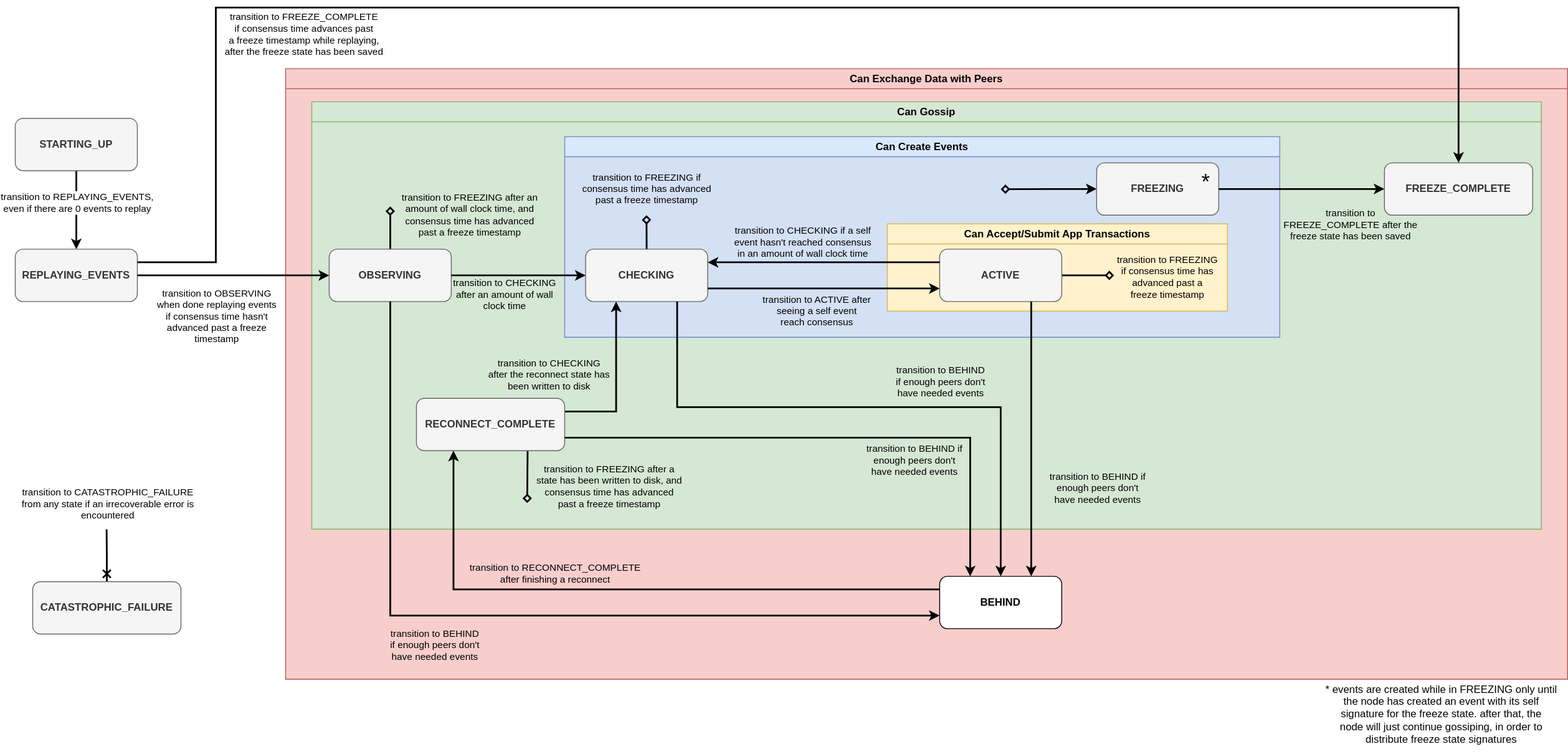
This is platform-sdk/docs/core/platform-status-transitions.svg from hashgraph/hedera-services, a draw.io export, as it was before one commit. Source tidied: cells renumbered, new cells last; positions are measured from the earlier drawing's top-left corner, leaving out a move shared by most shapes.
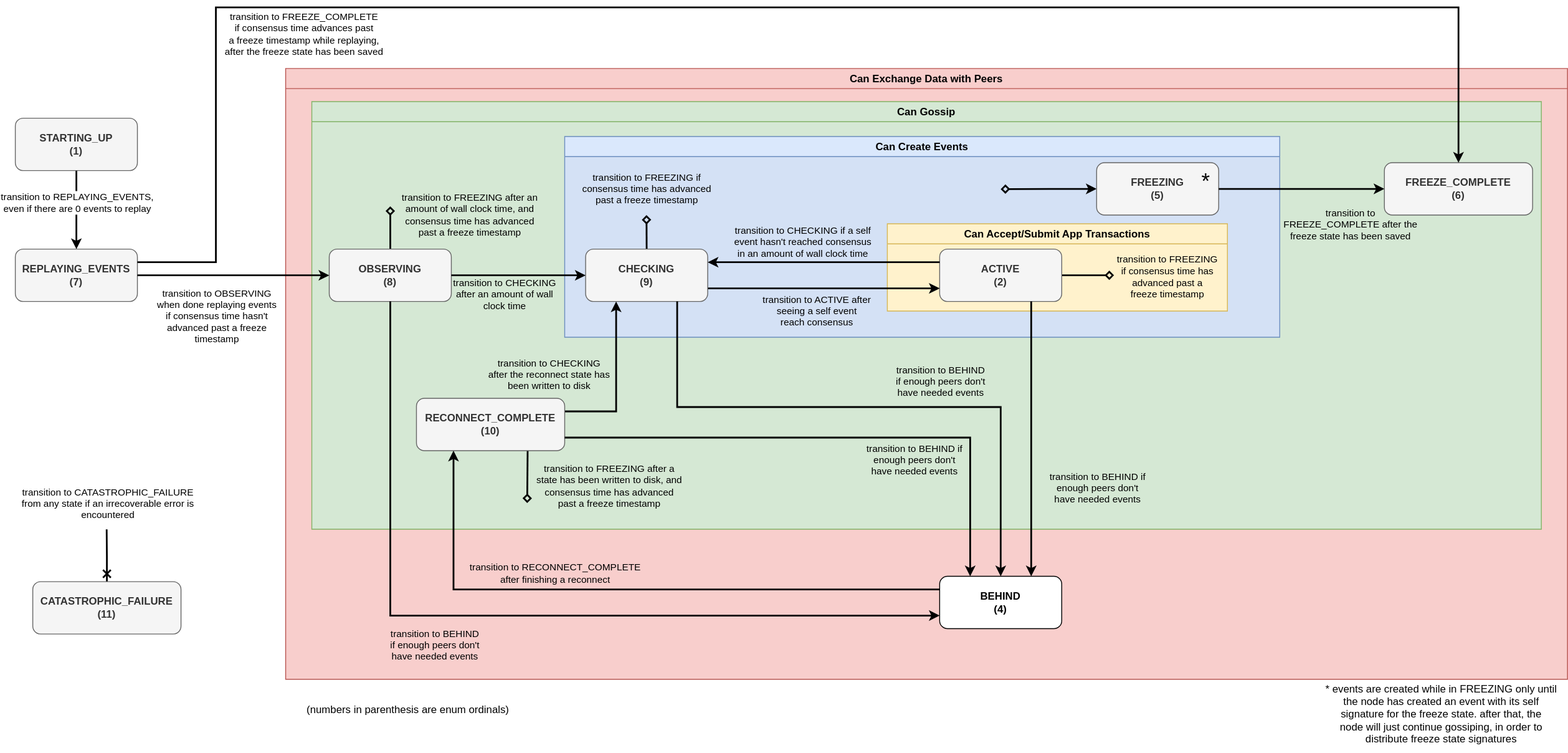
After the commit.

Commit message:
Add ordinals to status diagram, and update javadocs

What changed in the source:
```diff
@@ -10,10 +10,10 @@
         <mxPoint x="-1" y="4" as="offset" />
       </mxGeometry>
     </mxCell>
-    <mxCell id="4" value="&lt;b&gt;STARTING_UP&lt;/b&gt;" style="rounded=1;whiteSpace=wrap;html=1;fillColor=#f5f5f5;fontColor=#333333;strokeColor=#666666;" parent="1" vertex="1">
+    <mxCell id="4" value="&lt;b&gt;STARTING_UP &lt;br&gt;(1)&lt;/b&gt;" style="rounded=1;whiteSpace=wrap;html=1;fillColor=#f5f5f5;fontColor=#333333;strokeColor=#666666;" parent="1" vertex="1">
       <mxGeometry y="127" width="140" height="60" as="geometry" />
     </mxCell>
-    <mxCell id="5" value="&lt;b&gt;REPLAYING_EVENTS&lt;/b&gt;" style="rounded=1;whiteSpace=wrap;html=1;fillColor=#f5f5f5;fontColor=#333333;strokeColor=#666666;" parent="1" vertex="1">
+    <mxCell id="5" value="&lt;b&gt;REPLAYING_EVENTS (7)&lt;/b&gt;" style="rounded=1;whiteSpace=wrap;html=1;fillColor=#f5f5f5;fontColor=#333333;strokeColor=#666666;" parent="1" vertex="1">
       <mxGeometry y="277" width="140" height="60" as="geometry" />
     </mxCell>
     <mxCell id="6" style="edgeStyle=orthogonalEdgeStyle;rounded=0;jettySize=auto;html=1;exitX=0.5;exitY=0;exitDx=0;exitDy=0;endArrow=none;endFill=0;strokeWidth=2;startArrow=cross;startFill=0;" parent="1" edge="1" source="8">
@@ -26,7 +26,7 @@
         <mxPoint y="-51" as="offset" />
       </mxGeometry>
     </mxCell>
-    <mxCell id="8" value="&lt;b&gt;CATASTROPHIC_FAILURE&lt;/b&gt;" style="rounded=1;whiteSpace=wrap;html=1;fillColor=#f5f5f5;fontColor=#333333;strokeColor=#666666;" parent="1" vertex="1">
+    <mxCell id="8" value="&lt;b&gt;CATASTROPHIC_FAILURE&lt;br&gt;(11)&lt;br&gt;&lt;/b&gt;" style="rounded=1;whiteSpace=wrap;html=1;fillColor=#f5f5f5;fontColor=#333333;strokeColor=#666666;" parent="1" vertex="1">
       <mxGeometry x="20" y="658.2" width="170" height="60" as="geometry" />
     </mxCell>
     <mxCell id="9" value="Can Exchange Data with Peers" style="swimlane;whiteSpace=wrap;html=1;fillColor=#f8cecc;strokeColor=#b85450;fillStyle=auto;swimlaneFillColor=#F8CECC;" parent="1" vertex="1">
@@ -51,7 +51,7 @@
         <mxPoint x="77" y="1" as="offset" />
       </mxGeometry>
     </mxCell>
-    <mxCell id="15" value="&lt;b&gt;ACTIVE&lt;/b&gt;" style="rounded=1;whiteSpace=wrap;html=1;fillColor=#f5f5f5;fontColor=#333333;strokeColor=#666666;" parent="12" vertex="1">
+    <mxCell id="15" value="&lt;b&gt;ACTIVE&lt;br&gt;(2)&lt;br&gt;&lt;/b&gt;" style="rounded=1;whiteSpace=wrap;html=1;fillColor=#f5f5f5;fontColor=#333333;strokeColor=#666666;" parent="12" vertex="1">
       <mxGeometry x="60" y="29" width="140" height="60" as="geometry" />
     </mxCell>
     <mxCell id="16" style="edgeStyle=orthogonalEdgeStyle;rounded=0;jettySize=auto;html=1;exitX=0;exitY=0.5;exitDx=0;exitDy=0;startArrow=classic;startFill=1;endArrow=diamond;endFill=0;strokeWidth=2;" parent="11" edge="1" source="17">
@@ -59,7 +59,7 @@
         <mxPoint x="500" y="60.2" as="targetPoint" />
       </mxGeometry>
     </mxCell>
-    <mxCell id="17" value="&lt;b&gt;FREEZING&lt;/b&gt;" style="rounded=1;whiteSpace=wrap;html=1;fillColor=#f5f5f5;fontColor=#333333;strokeColor=#666666;" parent="11" vertex="1">
+    <mxCell id="17" value="&lt;b&gt;FREEZING&lt;br&gt;(5)&lt;br&gt;&lt;/b&gt;" style="rounded=1;whiteSpace=wrap;html=1;fillColor=#f5f5f5;fontColor=#333333;strokeColor=#666666;" parent="11" vertex="1">
       <mxGeometry x="610" y="30" width="140" height="60" as="geometry" />
     </mxCell>
     <mxCell id="18" style="edgeStyle=orthogonalEdgeStyle;rounded=0;jettySize=auto;html=1;exitX=1;exitY=0.75;exitDx=0;exitDy=0;entryX=0;entryY=0.75;entryDx=0;entryDy=0;strokeWidth=2;" parent="11" edge="1" source="22" target="15">
@@ -80,7 +80,7 @@
         <mxPoint y="-49" as="offset" />
       </mxGeometry>
     </mxCell>
-    <mxCell id="22" value="&lt;b&gt;CHECKING&lt;/b&gt;" style="rounded=1;whiteSpace=wrap;html=1;fillColor=#f5f5f5;fontColor=#333333;strokeColor=#666666;" parent="11" vertex="1">
+    <mxCell id="22" value="&lt;b&gt;CHECKING&lt;br&gt;(9)&lt;br&gt;&lt;/b&gt;" style="rounded=1;whiteSpace=wrap;html=1;fillColor=#f5f5f5;fontColor=#333333;strokeColor=#666666;" parent="11" vertex="1">
       <mxGeometry x="24" y="129" width="140" height="60" as="geometry" />
     </mxCell>
     <mxCell id="23" style="edgeStyle=orthogonalEdgeStyle;rounded=0;jettySize=auto;html=1;exitX=0;exitY=0.25;exitDx=0;exitDy=0;entryX=1;entryY=0.25;entryDx=0;entryDy=0;strokeWidth=2;" parent="11" edge="1" source="15" target="22">
@@ -104,7 +104,7 @@
         <mxPoint x="91" y="-12" as="offset" />
       </mxGeometry>
     </mxCell>
-    <mxCell id="28" value="&lt;b&gt;OBSERVING&lt;/b&gt;" style="rounded=1;whiteSpace=wrap;html=1;fillColor=#f5f5f5;fontColor=#333333;strokeColor=#666666;" parent="10" vertex="1">
+    <mxCell id="28" value="&lt;b&gt;OBSERVING&lt;br&gt;(8)&lt;br&gt;&lt;/b&gt;" style="rounded=1;whiteSpace=wrap;html=1;fillColor=#f5f5f5;fontColor=#333333;strokeColor=#666666;" parent="10" vertex="1">
       <mxGeometry x="20" y="169" width="140" height="60" as="geometry" />
     </mxCell>
     <mxCell id="29" style="edgeStyle=orthogonalEdgeStyle;rounded=0;jettySize=auto;html=1;exitX=1;exitY=0.5;exitDx=0;exitDy=0;entryX=0;entryY=0.5;entryDx=0;entryDy=0;strokeWidth=2;" parent="10" edge="1" source="28" target="22">
@@ -133,10 +133,10 @@
         <mxPoint x="91" y="13" as="offset" />
       </mxGeometry>
     </mxCell>
-    <mxCell id="35" value="&lt;b&gt;RECONNECT_COMPLETE&lt;/b&gt;" style="rounded=1;whiteSpace=wrap;html=1;fillColor=#f5f5f5;fontColor=#333333;strokeColor=#666666;" parent="10" vertex="1">
+    <mxCell id="35" value="&lt;b&gt;RECONNECT_COMPLETE&lt;br&gt;(10)&lt;br&gt;&lt;/b&gt;" style="rounded=1;whiteSpace=wrap;html=1;fillColor=#f5f5f5;fontColor=#333333;strokeColor=#666666;" parent="10" vertex="1">
       <mxGeometry x="120" y="340" width="170" height="60" as="geometry" />
     </mxCell>
-    <mxCell id="36" value="&lt;b&gt;FREEZE_COMPLETE&lt;/b&gt;" style="rounded=1;whiteSpace=wrap;html=1;fillColor=#f5f5f5;fontColor=#333333;strokeColor=#666666;" parent="10" vertex="1">
+    <mxCell id="36" value="&lt;b&gt;FREEZE_COMPLETE&lt;br&gt;(6)&lt;br&gt;&lt;/b&gt;" style="rounded=1;whiteSpace=wrap;html=1;fillColor=#f5f5f5;fontColor=#333333;strokeColor=#666666;" parent="10" vertex="1">
       <mxGeometry x="1230" y="70" width="170" height="60" as="geometry" />
     </mxCell>
     <mxCell id="37" style="edgeStyle=orthogonalEdgeStyle;rounded=0;jettySize=auto;html=1;exitX=1;exitY=0.5;exitDx=0;exitDy=0;strokeWidth=2;" parent="10" edge="1" source="17" target="36">
@@ -147,7 +147,7 @@
         <mxPoint x="44" y="41" as="offset" />
       </mxGeometry>
     </mxCell>
-    <mxCell id="39" value="&lt;b&gt;BEHIND&lt;/b&gt;" style="rounded=1;whiteSpace=wrap;html=1;" parent="9" vertex="1">
+    <mxCell id="39" value="&lt;b&gt;BEHIND&lt;br&gt;(4)&lt;br&gt;&lt;/b&gt;" style="rounded=1;whiteSpace=wrap;html=1;" parent="9" vertex="1">
       <mxGeometry x="750" y="582" width="140" height="60" as="geometry" />
     </mxCell>
     <mxCell id="40" style="edgeStyle=orthogonalEdgeStyle;rounded=0;jettySize=auto;html=1;exitX=0.75;exitY=1;exitDx=0;exitDy=0;strokeWidth=2;entryX=0.75;entryY=0;entryDx=0;entryDy=0;" parent="9" edge="1" source="15" target="39">
@@ -224,5 +224,8 @@
         <mxPoint x="-461" y="30" as="offset" />
       </mxGeometry>
     </mxCell>
+    <mxCell id="55" value="(numbers in parenthesis are enum ordinals)" style="text;html=1;align=center;verticalAlign=middle;strokeColor=none;fillColor=none;" parent="1" vertex="1">
+      <mxGeometry x="320" y="790" width="260" height="30" as="geometry" />
+    </mxCell>
   </root>
 </mxGraphModel>
```
